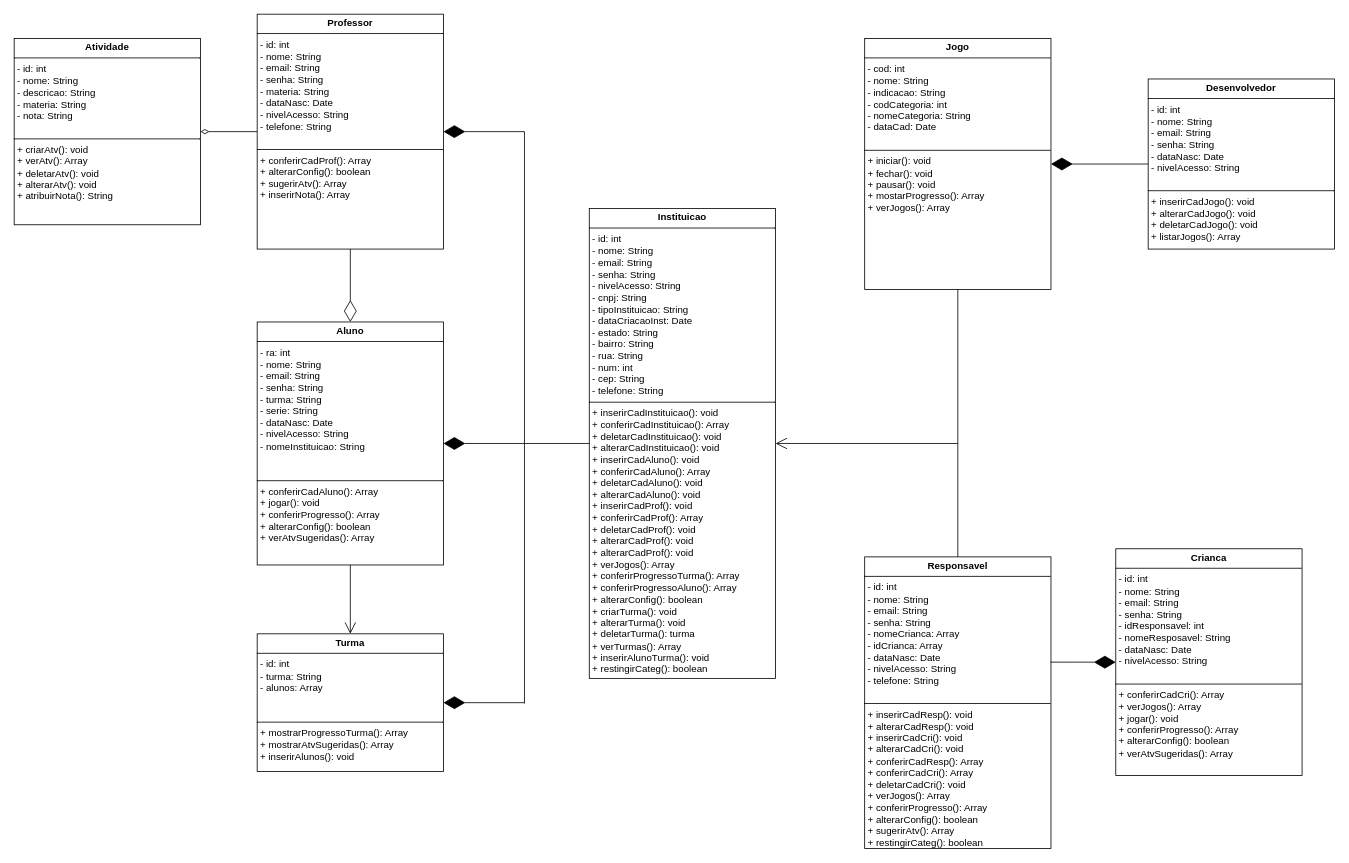
Earlier version of the draw.io diagram uml/Diagrama de Classes/Diagrama_UML_Classes.drawio (richardcsantos07/LevelUp_TCC). Source tidied: cells renumbered, new cells numbered last; positions are measured from the earlier drawing's top-left corner, leaving out a move shared by most shapes. Both pictures are drawn from the tidied source at 81%, with x=0, y=0 at pixel (14, 14).
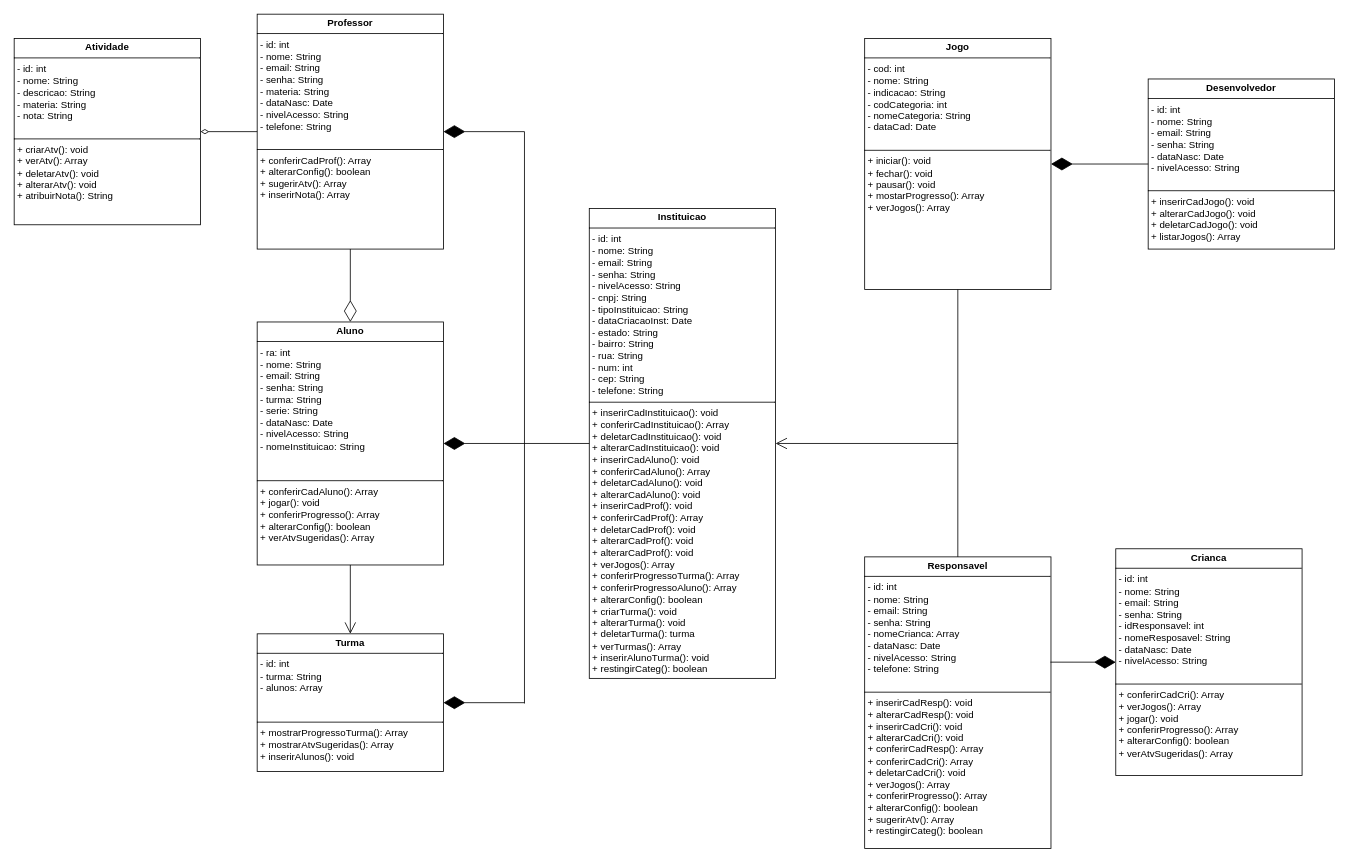
The same page after the edit.

Diff of the diagram source:
```diff
@@
-    <mxCell id="4" value="&lt;p style=&quot;margin:0px;margin-top:4px;text-align:center;&quot;&gt;&lt;b&gt;Responsavel&lt;/b&gt;&lt;/p&gt;&lt;hr size=&quot;1&quot; style=&quot;border-style:solid;&quot;&gt;&lt;p style=&quot;margin:0px;margin-left:4px;&quot;&gt;- id: int&lt;/p&gt;&lt;p style=&quot;margin:0px;margin-left:4px;&quot;&gt;- nome: String&lt;/p&gt;&lt;p style=&quot;margin:0px;margin-left:4px;&quot;&gt;- email: String&lt;br&gt;&lt;/p&gt;&lt;p style=&quot;margin:0px;margin-left:4px;&quot;&gt;- senha: String&lt;/p&gt;&lt;p style=&quot;margin:0px;margin-left:4px;&quot;&gt;- nomeCrianca: Array&lt;/p&gt;&lt;p style=&quot;margin:0px;margin-left:4px;&quot;&gt;- idCrianca: Array&lt;/p&gt;&lt;p style=&quot;margin:0px;margin-left:4px;&quot;&gt;- dataNasc: Date&lt;br&gt;&lt;/p&gt;&lt;p style=&quot;margin:0px;margin-left:4px;&quot;&gt;- nivelAcesso: String&lt;br&gt;&lt;/p&gt;&lt;p style=&quot;margin:0px;margin-left:4px;&quot;&gt;- telefone: String&lt;/p&gt;&lt;p style=&quot;margin:0px;margin-left:4px;&quot;&gt;&lt;br&gt;&lt;/p&gt;&lt;hr size=&quot;1&quot; style=&quot;border-style:solid;&quot;&gt;&lt;p style=&quot;margin: 0px 0px 0px 4px;&quot;&gt;+ inserirCadResp(): void&lt;/p&gt;&lt;p style=&quot;margin: 0px 0px 0px 4px;&quot;&gt;+ alterarCadResp(): void&lt;/p&gt;&lt;p style=&quot;margin:0px;margin-left:4px;&quot;&gt;+ inserirCadCri(): void&lt;/p&gt;&lt;p style=&quot;margin: 0px 0px 0px 4px;&quot;&gt;+ alterarCadCri(): void&lt;/p&gt;&lt;p style=&quot;margin: 0px 0px 0px 4px;&quot;&gt;+ conferirCadResp(): Array&lt;br&gt;&lt;/p&gt;&lt;p style=&quot;margin:0px;margin-left:4px;&quot;&gt;+ conferirCadCri(): Array&lt;br&gt;&lt;/p&gt;&lt;p style=&quot;margin: 0px 0px 0px 4px;&quot;&gt;+ deletarCadCri(): void&lt;br&gt;&lt;/p&gt;&lt;p style=&quot;margin:0px;margin-left:4px;&quot;&gt;+ verJogos(): Array&lt;/p&gt;&lt;p style=&quot;margin:0px;margin-left:4px;&quot;&gt;+ conferirProgresso(): Array&lt;span style=&quot;background-color: initial;&quot;&gt;&lt;br&gt;&lt;/span&gt;&lt;/p&gt;&lt;p style=&quot;margin:0px;margin-left:4px;&quot;&gt;+ alterarConfig(): boolean&lt;br&gt;&lt;/p&gt;&lt;p style=&quot;margin: 0px 0px 0px 4px;&quot;&gt;+ sugerirAtv(): Array&lt;br&gt;&lt;/p&gt;&lt;p style=&quot;margin: 0px 0px 0px 4px;&quot;&gt;+ restingirCateg(): boolean&lt;br&gt;&lt;/p&gt;&lt;div&gt;&lt;br&gt;&lt;/div&gt;" style="verticalAlign=top;align=left;overflow=fill;html=1;whiteSpace=wrap;" parent="1" vertex="1">
+    <mxCell id="4" value="&lt;p style=&quot;margin:0px;margin-top:4px;text-align:center;&quot;&gt;&lt;b&gt;Responsavel&lt;/b&gt;&lt;/p&gt;&lt;hr size=&quot;1&quot; style=&quot;border-style:solid;&quot;&gt;&lt;p style=&quot;margin:0px;margin-left:4px;&quot;&gt;- id: int&lt;/p&gt;&lt;p style=&quot;margin:0px;margin-left:4px;&quot;&gt;- nome: String&lt;/p&gt;&lt;p style=&quot;margin:0px;margin-left:4px;&quot;&gt;- email: String&lt;br&gt;&lt;/p&gt;&lt;p style=&quot;margin:0px;margin-left:4px;&quot;&gt;- senha: String&lt;/p&gt;&lt;p style=&quot;margin:0px;margin-left:4px;&quot;&gt;- nomeCrianca: Array&lt;/p&gt;&lt;p style=&quot;margin:0px;margin-left:4px;&quot;&gt;&lt;span style=&quot;background-color: transparent;&quot;&gt;- dataNasc: Date&lt;/span&gt;&lt;/p&gt;&lt;p style=&quot;margin:0px;margin-left:4px;&quot;&gt;- nivelAcesso: String&lt;br&gt;&lt;/p&gt;&lt;p style=&quot;margin:0px;margin-left:4px;&quot;&gt;- telefone: String&lt;/p&gt;&lt;p style=&quot;margin:0px;margin-left:4px;&quot;&gt;&lt;br&gt;&lt;/p&gt;&lt;hr size=&quot;1&quot; style=&quot;border-style:solid;&quot;&gt;&lt;p style=&quot;margin: 0px 0px 0px 4px;&quot;&gt;+ inserirCadResp(): void&lt;/p&gt;&lt;p style=&quot;margin: 0px 0px 0px 4px;&quot;&gt;+ alterarCadResp(): void&lt;/p&gt;&lt;p style=&quot;margin:0px;margin-left:4px;&quot;&gt;+ inserirCadCri(): void&lt;/p&gt;&lt;p style=&quot;margin: 0px 0px 0px 4px;&quot;&gt;+ alterarCadCri(): void&lt;/p&gt;&lt;p style=&quot;margin: 0px 0px 0px 4px;&quot;&gt;+ conferirCadResp(): Array&lt;br&gt;&lt;/p&gt;&lt;p style=&quot;margin:0px;margin-left:4px;&quot;&gt;+ conferirCadCri(): Array&lt;br&gt;&lt;/p&gt;&lt;p style=&quot;margin: 0px 0px 0px 4px;&quot;&gt;+ deletarCadCri(): void&lt;br&gt;&lt;/p&gt;&lt;p style=&quot;margin:0px;margin-left:4px;&quot;&gt;+ verJogos(): Array&lt;/p&gt;&lt;p style=&quot;margin:0px;margin-left:4px;&quot;&gt;+ conferirProgresso(): Array&lt;span style=&quot;background-color: initial;&quot;&gt;&lt;br&gt;&lt;/span&gt;&lt;/p&gt;&lt;p style=&quot;margin:0px;margin-left:4px;&quot;&gt;+ alterarConfig(): boolean&lt;br&gt;&lt;/p&gt;&lt;p style=&quot;margin: 0px 0px 0px 4px;&quot;&gt;+ sugerirAtv(): Array&lt;br&gt;&lt;/p&gt;&lt;p style=&quot;margin: 0px 0px 0px 4px;&quot;&gt;+ restingirCateg(): boolean&lt;br&gt;&lt;/p&gt;&lt;div&gt;&lt;br&gt;&lt;/div&gt;" style="verticalAlign=top;align=left;overflow=fill;html=1;whiteSpace=wrap;" parent="1" vertex="1">
       <mxGeometry x="1050" y="670" width="230" height="360" as="geometry" />
     </mxCell>
```
